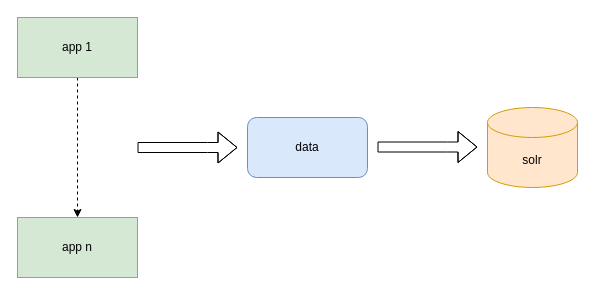
yindongjun/drawio-3 keeps this draw.io diagram as bos平台总体概要.drawio. Above is the earlier version. Source tidied: cells renumbered, new cells numbered last; positions are measured from the earlier drawing's top-left corner, leaving out a move shared by most shapes. Both pictures are drawn from the tidied source at 100%, with x=0, y=0 at pixel (17, 17).
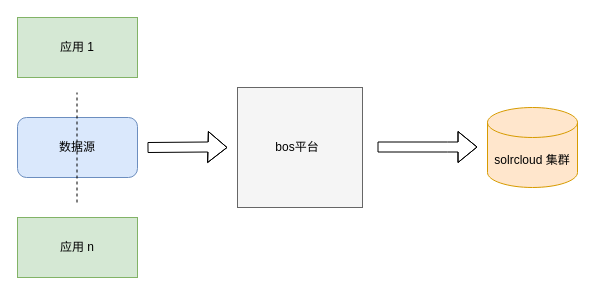
After the change.

Commit message:
Update bos平台总体概要.drawio

Change to the diagram source:
```diff
@@
 <mxGraphModel>
   <root>
     <mxCell id="0" />
     <mxCell id="1" parent="0" />
-    <mxCell id="2" style="rounded=0;jettySize=auto;html=1;dashed=1;" parent="1" edge="1" source="3" target="4">
-      <mxGeometry relative="1" as="geometry" />
-    </mxCell>
-    <mxCell id="3" value="app 1" style="rounded=0;whiteSpace=wrap;html=1;fillColor=#d5e8d4;strokeColor=#82b366;" parent="1" vertex="1">
+    <mxCell id="3" value="应用 1" style="rounded=0;whiteSpace=wrap;html=1;fillColor=#d5e8d4;strokeColor=#82b366;" parent="1" vertex="1">
       <mxGeometry width="120" height="60" as="geometry" />
     </mxCell>
-    <mxCell id="4" value="app n" style="rounded=0;whiteSpace=wrap;html=1;fillColor=#d5e8d4;strokeColor=#82b366;" parent="1" vertex="1">
+    <mxCell id="4" value="应用 n" style="rounded=0;whiteSpace=wrap;html=1;fillColor=#d5e8d4;strokeColor=#82b366;" parent="1" vertex="1">
       <mxGeometry y="200" width="120" height="60" as="geometry" />
     </mxCell>
-    <mxCell id="5" style="shape=flexArrow;endArrow=classic;html=1;rounded=0;" parent="1" edge="1">
-      <mxGeometry relative="1" as="geometry">
-        <mxPoint x="120" y="130" as="sourcePoint" />
-        <mxPoint x="220" y="130" as="targetPoint" />
-        <Array as="points">
-          <mxPoint x="190" y="130" />
-        </Array>
-      </mxGeometry>
-    </mxCell>
     <mxCell id="6" style="shape=flexArrow;endArrow=classic;html=1;rounded=0;" parent="1" edge="1">
       <mxGeometry relative="1" as="geometry">
         <mxPoint x="360" y="129.5" as="sourcePoint" />
         <mxPoint x="460" y="129.5" as="targetPoint" />
         <Array as="points">
           <mxPoint x="430" y="129.5" />
         </Array>
       </mxGeometry>
     </mxCell>
-    <mxCell id="7" value="solr" style="shape=cylinder3;whiteSpace=wrap;html=1;boundedLbl=1;backgroundOutline=1;size=15;fillColor=#ffe6cc;strokeColor=#d79b00;" parent="1" vertex="1">
+    <mxCell id="7" value="solrcloud 集群" style="shape=cylinder3;whiteSpace=wrap;html=1;boundedLbl=1;backgroundOutline=1;size=15;fillColor=#ffe6cc;strokeColor=#d79b00;" parent="1" vertex="1">
       <mxGeometry x="470" y="90" width="90" height="80" as="geometry" />
     </mxCell>
+    <mxCell id="9" style="rounded=0;whiteSpace=wrap;html=1;fillColor=#f5f5f5;fontColor=#333333;strokeColor=#666666;" parent="1" vertex="1">
+      <mxGeometry x="220" y="70" width="125" height="120" as="geometry" />
+    </mxCell>
-    <mxCell id="8" value="data" style="rounded=1;whiteSpace=wrap;html=1;fillColor=#dae8fc;strokeColor=#6c8ebf;" parent="1" vertex="1">
-      <mxGeometry x="230" y="100" width="120" height="60" as="geometry" />
+    <mxCell id="8" value="数据源" style="rounded=1;whiteSpace=wrap;html=1;fillColor=#dae8fc;strokeColor=#6c8ebf;" parent="1" vertex="1">
+      <mxGeometry y="100" width="120" height="60" as="geometry" />
     </mxCell>
+    <mxCell id="10" value="bos平台" style="text;html=1;strokeColor=none;fillColor=none;align=center;verticalAlign=middle;whiteSpace=wrap;rounded=0;" parent="1" vertex="1">
+      <mxGeometry x="250" y="115" width="60" height="30" as="geometry" />
+    </mxCell>
+    <mxCell id="11" style="endArrow=none;dashed=1;html=1;rounded=0;" parent="1" edge="1">
+      <mxGeometry relative="1" as="geometry">
+        <mxPoint x="59.5" y="185" as="sourcePoint" />
+        <mxPoint x="59.5" y="75" as="targetPoint" />
+      </mxGeometry>
+    </mxCell>
+    <mxCell id="12" style="shape=flexArrow;endArrow=classic;html=1;rounded=0;" parent="1" edge="1">
+      <mxGeometry relative="1" as="geometry">
+        <mxPoint x="130" y="130" as="sourcePoint" />
+        <mxPoint x="210" y="130" as="targetPoint" />
+        <Array as="points">
+          <mxPoint x="190" y="129.5" />
+        </Array>
+      </mxGeometry>
+    </mxCell>
   </root>
 </mxGraphModel>
```
